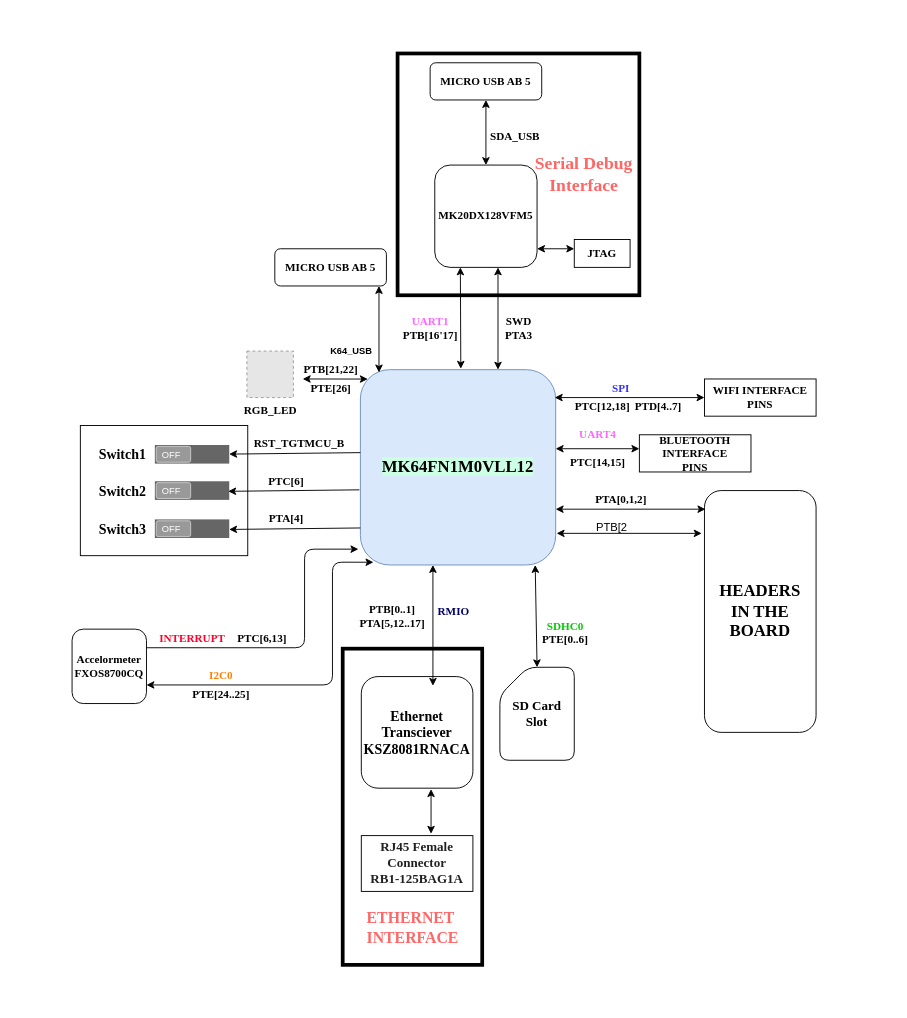
This is FRDM_K64F_Block Diagram.drawio from francis-job/BLOCK_DIAGRAMS, a draw.io file, before an edit. Source tidied: cells renumbered, new cells numbered last; positions are measured from the earlier drawing's top-left corner, leaving out a move shared by most shapes. Both pictures are drawn from the tidied source at 93%, with x=0, y=0 at pixel (72, 53). Pictures stored in the file or linked from it are replaced by grey dashed boxes.
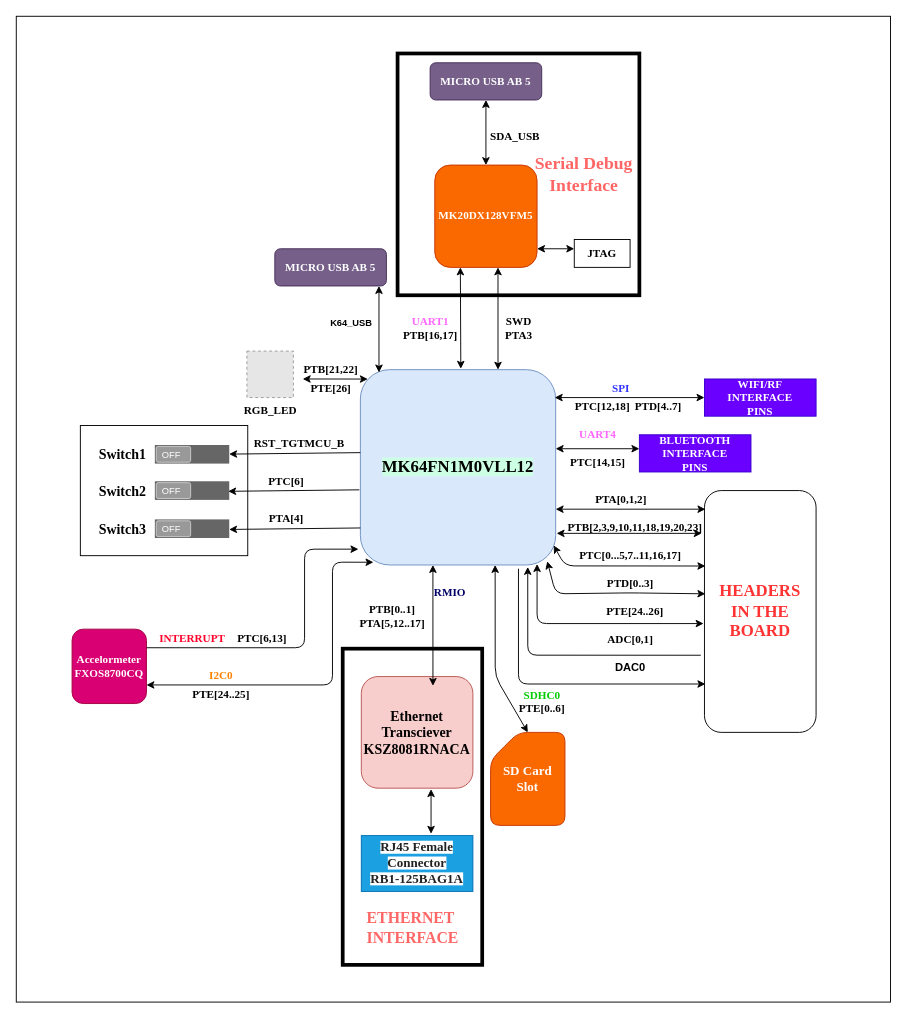
The same diagram, later.

The change refers to these unchanged cells:
```xml
<mxCell id="5" value="&lt;font face=&quot;Times New Roman&quot; size=&quot;1&quot;&gt;&lt;b style=&quot;font-size: 18px ; background-color: rgb(204 , 255 , 228)&quot;&gt;MK64FN1M0VLL12&lt;/b&gt;&lt;/font&gt;" style="whiteSpace=wrap;html=1;align=center;rounded=1;fillColor=#dae8fc;strokeColor=#6c8ebf;" parent="1" vertex="1">
  <mxGeometry x="310" y="340" width="210" height="210" as="geometry" />
</mxCell>
```

Diff of the diagram source:
```diff
@@
+    <mxCell id="68" style="rounded=0;whiteSpace=wrap;html=1;strokeWidth=1;" parent="1" vertex="1">
+      <mxGeometry x="-60" y="-40" width="940" height="1060" as="geometry" />
+    </mxCell>
@@
-    <mxCell id="6" value="&lt;font face=&quot;Times New Roman&quot;&gt;&lt;b&gt;MK20DX128VFM5&lt;/b&gt;&lt;/font&gt;" style="whiteSpace=wrap;html=1;rounded=1;" parent="1" vertex="1">
+    <mxCell id="6" value="&lt;font face=&quot;Times New Roman&quot;&gt;&lt;b&gt;MK20DX128VFM5&lt;/b&gt;&lt;/font&gt;" style="whiteSpace=wrap;html=1;rounded=1;fillColor=#fa6800;strokeColor=#C73500;fontColor=#ffffff;" parent="1" vertex="1">
       <mxGeometry x="390" y="120" width="110" height="110" as="geometry" />
     </mxCell>
@@
-    <mxCell id="9" value="&lt;font face=&quot;Times New Roman&quot;&gt;&lt;b&gt;MICRO USB AB 5&lt;/b&gt;&lt;/font&gt;" style="rounded=1;whiteSpace=wrap;html=1;" parent="1" vertex="1">
+    <mxCell id="9" value="&lt;font face=&quot;Times New Roman&quot;&gt;&lt;b&gt;MICRO USB AB 5&lt;/b&gt;&lt;/font&gt;" style="rounded=1;whiteSpace=wrap;html=1;fillColor=#76608a;strokeColor=#432D57;fontColor=#ffffff;" parent="1" vertex="1">
       <mxGeometry x="385" y="10" width="120" height="40" as="geometry" />
     </mxCell>
@@
-    <mxCell id="11" value="&lt;b&gt;&lt;font face=&quot;Times New Roman&quot;&gt;Accelormeter&lt;br&gt;FXOS8700CQ&lt;/font&gt;&lt;/b&gt;" style="whiteSpace=wrap;html=1;rounded=1;" parent="1" vertex="1">
+    <mxCell id="11" value="&lt;b&gt;&lt;font face=&quot;Times New Roman&quot;&gt;Accelormeter&lt;br&gt;FXOS8700CQ&lt;/font&gt;&lt;/b&gt;" style="whiteSpace=wrap;html=1;rounded=1;fillColor=#d80073;strokeColor=#A50040;fontColor=#ffffff;" parent="1" vertex="1">
       <mxGeometry y="619" width="80" height="80" as="geometry" />
     </mxCell>
@@
-    <mxCell id="13" value="&lt;b style=&quot;font-size: 14px&quot;&gt;&lt;font face=&quot;Times New Roman&quot; style=&quot;font-size: 14px&quot;&gt;SD Card&lt;br&gt;Slot&lt;/font&gt;&lt;/b&gt;" style="shape=card;whiteSpace=wrap;html=1;rounded=1;" parent="1" vertex="1">
-      <mxGeometry x="460" y="660" width="80" height="100" as="geometry" />
+    <mxCell id="13" value="&lt;b style=&quot;font-size: 14px&quot;&gt;&lt;font face=&quot;Times New Roman&quot; style=&quot;font-size: 14px&quot;&gt;SD Card&lt;br&gt;Slot&lt;/font&gt;&lt;/b&gt;" style="shape=card;whiteSpace=wrap;html=1;rounded=1;fillColor=#fa6800;strokeColor=#C73500;fontColor=#ffffff;" parent="1" vertex="1">
+      <mxGeometry x="450" y="730" width="80" height="100" as="geometry" />
     </mxCell>
-    <mxCell id="14" style="endArrow=classic;startArrow=classic;html=1;exitX=0.5;exitY=0;exitDx=0;exitDy=0;exitPerimeter=0;" parent="1" edge="1" source="13">
+    <mxCell id="14" style="endArrow=classic;startArrow=classic;html=1;exitX=0.5;exitY=0;exitDx=0;exitDy=0;exitPerimeter=0;entryX=0.69;entryY=1;entryDx=0;entryDy=0;entryPerimeter=0;" parent="1" edge="1" source="13" target="5">
       <mxGeometry relative="1" as="geometry">
-        <mxPoint x="498" y="550" as="targetPoint" />
+        <Array as="points">
+          <mxPoint x="455" y="670" />
+        </Array>
       </mxGeometry>
     </mxCell>
-    <mxCell id="15" value="&lt;b style=&quot;font-size: 15px&quot;&gt;&lt;font face=&quot;Times New Roman&quot; style=&quot;font-size: 15px&quot;&gt;Ethernet&lt;br&gt;Transciever&lt;br&gt;KSZ8081RNACA&lt;/font&gt;&lt;/b&gt;" style="whiteSpace=wrap;html=1;rounded=1;" parent="1" vertex="1">
+    <mxCell id="15" value="&lt;b style=&quot;font-size: 15px&quot;&gt;&lt;font face=&quot;Times New Roman&quot; style=&quot;font-size: 15px&quot;&gt;Ethernet&lt;br&gt;Transciever&lt;br&gt;KSZ8081RNACA&lt;/font&gt;&lt;/b&gt;" style="whiteSpace=wrap;html=1;rounded=1;fillColor=#f8cecc;strokeColor=#b85450;" parent="1" vertex="1">
       <mxGeometry x="311" y="670" width="120" height="120" as="geometry" />
     </mxCell>
@@
-    <mxCell id="17" value="&lt;span style=&quot;color: rgb(34 , 34 , 34) ; font-weight: 700 ; text-align: left ; background-color: rgb(255 , 255 , 255)&quot;&gt;&lt;font style=&quot;font-size: 14px&quot; face=&quot;Times New Roman&quot;&gt;RJ45 Female Connector&lt;br&gt;RB1-125BAG1A&lt;/font&gt;&lt;/span&gt;" style="rounded=0;whiteSpace=wrap;html=1;" parent="1" vertex="1">
+    <mxCell id="17" value="&lt;span style=&quot;color: rgb(34 , 34 , 34) ; font-weight: 700 ; text-align: left ; background-color: rgb(255 , 255 , 255)&quot;&gt;&lt;font style=&quot;font-size: 14px&quot; face=&quot;Times New Roman&quot;&gt;RJ45 Female Connector&lt;br&gt;RB1-125BAG1A&lt;/font&gt;&lt;/span&gt;" style="rounded=0;whiteSpace=wrap;html=1;fillColor=#1ba1e2;strokeColor=#006EAF;fontColor=#ffffff;" parent="1" vertex="1">
       <mxGeometry x="311" y="841" width="120" height="60" as="geometry" />
     </mxCell>
@@
-    <mxCell id="19" value="&lt;font face=&quot;Times New Roman&quot;&gt;&lt;b&gt;MICRO USB AB 5&lt;/b&gt;&lt;/font&gt;" style="rounded=1;whiteSpace=wrap;html=1;" parent="1" vertex="1">
+    <mxCell id="19" value="&lt;font face=&quot;Times New Roman&quot;&gt;&lt;b&gt;MICRO USB AB 5&lt;/b&gt;&lt;/font&gt;" style="rounded=1;whiteSpace=wrap;html=1;fillColor=#76608a;strokeColor=#432D57;fontColor=#ffffff;" parent="1" vertex="1">
       <mxGeometry x="218" y="210" width="120" height="40" as="geometry" />
     </mxCell>
     <mxCell id="20" value="&lt;b&gt;&lt;font style=&quot;font-size: 10px&quot;&gt;K64_USB&lt;/font&gt;&lt;/b&gt;" style="text;html=1;align=center;verticalAlign=middle;" parent="1" vertex="1">
-      <mxGeometry x="270" y="310" width="60" height="20" as="geometry" />
+      <mxGeometry x="270" y="280" width="60" height="20" as="geometry" />
     </mxCell>
     <mxCell id="21" value="&lt;b style=&quot;font-family: &amp;#34;times new roman&amp;#34;&quot;&gt;&lt;font color=&quot;#00cc00&quot;&gt;SDHC0&lt;/font&gt;&lt;/b&gt;&lt;font face=&quot;Times New Roman&quot;&gt;&lt;b&gt;&lt;br&gt;PTE[0..6]&lt;br&gt;&lt;br&gt;&lt;/b&gt;&lt;/font&gt;" style="text;html=1;align=center;verticalAlign=middle;" parent="1" vertex="1">
-      <mxGeometry x="500" y="605" width="60" height="50" as="geometry" />
+      <mxGeometry x="475" y="680" width="60" height="50" as="geometry" />
     </mxCell>
@@
-    <mxCell id="30" value="&lt;b&gt;&lt;font face=&quot;Times New Roman&quot;&gt;&lt;font color=&quot;#ff66ff&quot;&gt;UART1&lt;/font&gt;&lt;br&gt;PTB[16'17]&lt;/font&gt;&lt;/b&gt;" style="text;html=1;align=center;verticalAlign=middle;" parent="1" vertex="1">
+    <mxCell id="30" value="&lt;b&gt;&lt;font face=&quot;Times New Roman&quot;&gt;&lt;font color=&quot;#ff66ff&quot;&gt;UART1&lt;/font&gt;&lt;br&gt;PTB[16,17]&lt;/font&gt;&lt;/b&gt;" style="text;html=1;align=center;verticalAlign=middle;" parent="1" vertex="1">
       <mxGeometry x="350" y="280" width="70" height="30" as="geometry" />
     </mxCell>
@@
-    <mxCell id="36" value="&lt;font face=&quot;Times New Roman&quot;&gt;&lt;b&gt;WIFI INTERFACE&lt;br&gt;PINS&lt;/b&gt;&lt;/font&gt;" style="rounded=0;whiteSpace=wrap;html=1;strokeWidth=1;" parent="1" vertex="1">
+    <mxCell id="36" value="&lt;font face=&quot;Times New Roman&quot;&gt;&lt;b&gt;WIFI/RF INTERFACE&lt;br&gt;PINS&lt;/b&gt;&lt;/font&gt;" style="rounded=0;whiteSpace=wrap;html=1;strokeWidth=1;fillColor=#6a00ff;strokeColor=#3700CC;fontColor=#ffffff;" parent="1" vertex="1">
       <mxGeometry x="680" y="350" width="120" height="40" as="geometry" />
     </mxCell>
@@
-    <mxCell id="40" value="&lt;font face=&quot;Times New Roman&quot;&gt;&lt;b&gt;BLUETOOTH INTERFACE&lt;br&gt;PINS&lt;/b&gt;&lt;/font&gt;" style="rounded=0;whiteSpace=wrap;html=1;strokeWidth=1;" parent="1" vertex="1">
+    <mxCell id="40" value="&lt;font face=&quot;Times New Roman&quot;&gt;&lt;b&gt;BLUETOOTH INTERFACE&lt;br&gt;PINS&lt;/b&gt;&lt;/font&gt;" style="rounded=0;whiteSpace=wrap;html=1;strokeWidth=1;fillColor=#6a00ff;strokeColor=#3700CC;fontColor=#ffffff;" parent="1" vertex="1">
       <mxGeometry x="610" y="410" width="120" height="40" as="geometry" />
     </mxCell>
@@
-    <mxCell id="45" value="&lt;font face=&quot;Times New Roman&quot; style=&quot;font-size: 18px&quot;&gt;&lt;b&gt;HEADERS&lt;br&gt;IN THE&lt;br&gt;BOARD&lt;/b&gt;&lt;/font&gt;" style="rounded=1;whiteSpace=wrap;html=1;strokeWidth=1;" parent="1" vertex="1">
+    <mxCell id="45" value="&lt;font face=&quot;Times New Roman&quot; style=&quot;font-size: 18px&quot; color=&quot;#ff3333&quot;&gt;&lt;b&gt;HEADERS&lt;br&gt;IN THE&lt;br&gt;BOARD&lt;/b&gt;&lt;/font&gt;" style="rounded=1;whiteSpace=wrap;html=1;strokeWidth=1;" parent="1" vertex="1">
       <mxGeometry x="680" y="470" width="120" height="260" as="geometry" />
     </mxCell>
@@
     <mxCell id="62" value="&lt;b&gt;&lt;font face=&quot;Times New Roman&quot; color=&quot;#000066&quot;&gt;RMIO&lt;/font&gt;&lt;/b&gt;" style="text;html=1;align=center;verticalAlign=middle;" parent="1" vertex="1">
-      <mxGeometry x="385" y="590" width="50" height="20" as="geometry" />
+      <mxGeometry x="381" y="570" width="50" height="20" as="geometry" />
     </mxCell>
@@
-    <mxCell id="67" value="PTB[2" style="text;html=1;align=center;verticalAlign=middle;" parent="1" vertex="1">
-      <mxGeometry x="555" y="500" width="50" height="20" as="geometry" />
+    <mxCell id="67" value="&lt;b&gt;&lt;font face=&quot;Times New Roman&quot;&gt;PTB[2,3,9,10,11,18,19,20,23]&lt;/font&gt;&lt;/b&gt;" style="text;html=1;align=center;verticalAlign=middle;" parent="1" vertex="1">
+      <mxGeometry x="525" y="500" width="160" height="20" as="geometry" />
     </mxCell>
+    <mxCell id="69" style="endArrow=classic;startArrow=classic;html=1;exitX=0.99;exitY=0.9;exitDx=0;exitDy=0;exitPerimeter=0;entryX=0.008;entryY=0.312;entryDx=0;entryDy=0;entryPerimeter=0;" parent="1" edge="1" source="5" target="45">
+      <mxGeometry relative="1" as="geometry">
+        <Array as="points">
+          <mxPoint x="530" y="551" />
+        </Array>
+      </mxGeometry>
+    </mxCell>
+    <mxCell id="70" value="&lt;p&gt;&lt;b&gt;&lt;font face=&quot;Times New Roman&quot;&gt;PTC[0...5,7..11,16,17]&lt;/font&gt;&lt;/b&gt;&lt;/p&gt;" style="text;html=1;align=center;verticalAlign=middle;" parent="1" vertex="1">
+      <mxGeometry x="540" y="520" width="120" height="40" as="geometry" />
+    </mxCell>
+    <mxCell id="71" style="endArrow=classic;startArrow=classic;html=1;exitX=0.957;exitY=0.981;exitDx=0;exitDy=0;exitPerimeter=0;entryX=0.008;entryY=0.427;entryDx=0;entryDy=0;entryPerimeter=0;" parent="1" edge="1" source="5" target="45">
+      <mxGeometry relative="1" as="geometry">
+        <Array as="points">
+          <mxPoint x="520" y="581" />
+          <mxPoint x="600" y="580" />
+        </Array>
+      </mxGeometry>
+    </mxCell>
+    <mxCell id="72" value="&lt;b&gt;&lt;font face=&quot;Times New Roman&quot;&gt;PTD[0..3]&lt;/font&gt;&lt;/b&gt;" style="text;html=1;align=center;verticalAlign=middle;" parent="1" vertex="1">
+      <mxGeometry x="565" y="560" width="70" height="20" as="geometry" />
+    </mxCell>
+    <mxCell id="73" style="endArrow=classic;startArrow=classic;html=1;entryX=-0.008;entryY=0.55;entryDx=0;entryDy=0;entryPerimeter=0;" parent="1" edge="1" target="45">
+      <mxGeometry relative="1" as="geometry">
+        <mxPoint x="500" y="549" as="sourcePoint" />
+        <Array as="points">
+          <mxPoint x="500" y="613" />
+        </Array>
+      </mxGeometry>
+    </mxCell>
+    <mxCell id="74" value="&lt;b&gt;&lt;font face=&quot;Times New Roman&quot;&gt;PTE[24..26]&lt;/font&gt;&lt;/b&gt;" style="text;html=1;align=center;verticalAlign=middle;" parent="1" vertex="1">
+      <mxGeometry x="565" y="590" width="80" height="20" as="geometry" />
+    </mxCell>
+    <mxCell id="75" style="endArrow=none;startArrow=classic;html=1;entryX=-0.033;entryY=0.681;entryDx=0;entryDy=0;entryPerimeter=0;exitX=0.857;exitY=1.01;exitDx=0;exitDy=0;exitPerimeter=0;endFill=0;" parent="1" edge="1" source="5" target="45">
+      <mxGeometry relative="1" as="geometry">
+        <Array as="points">
+          <mxPoint x="490" y="647" />
+        </Array>
+      </mxGeometry>
+    </mxCell>
+    <mxCell id="76" value="&lt;b&gt;&lt;font face=&quot;Times New Roman&quot;&gt;ADC[0,1]&lt;/font&gt;&lt;/b&gt;" style="text;html=1;align=center;verticalAlign=middle;" parent="1" vertex="1">
+      <mxGeometry x="570" y="620" width="60" height="20" as="geometry" />
+    </mxCell>
+    <mxCell id="77" style="endArrow=classic;html=1;entryX=0.008;entryY=0.8;entryDx=0;entryDy=0;entryPerimeter=0;" parent="1" edge="1" target="45">
+      <mxGeometry relative="1" as="geometry">
+        <mxPoint x="480" y="554" as="sourcePoint" />
+        <Array as="points">
+          <mxPoint x="480" y="678" />
+        </Array>
+      </mxGeometry>
+    </mxCell>
+    <mxCell id="78" value="&lt;b&gt;DAC0&lt;/b&gt;" style="text;html=1;align=center;verticalAlign=middle;" parent="1" vertex="1">
+      <mxGeometry x="575" y="650" width="50" height="20" as="geometry" />
+    </mxCell>
```
